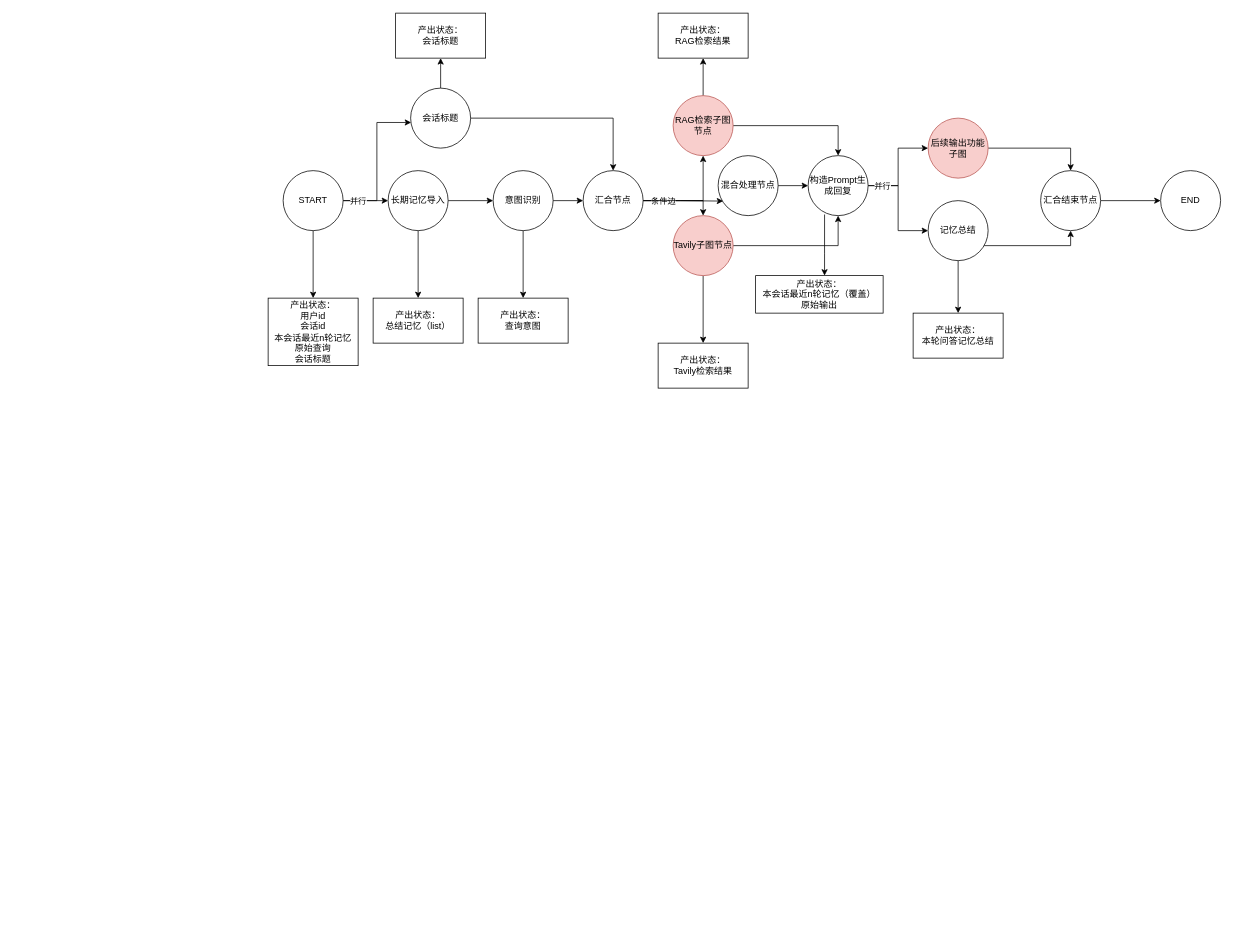
Before: backend/work_flow/search_process.drawio in JxKim/DeepSearchAgent, a draw.io diagram. Source tidied: cells renumbered, new cells numbered last; positions are measured from the earlier drawing's top-left corner, leaving out a move shared by most shapes. Both pictures are drawn from the tidied source at 75%, with x=0, y=0 at pixel (268, 13).
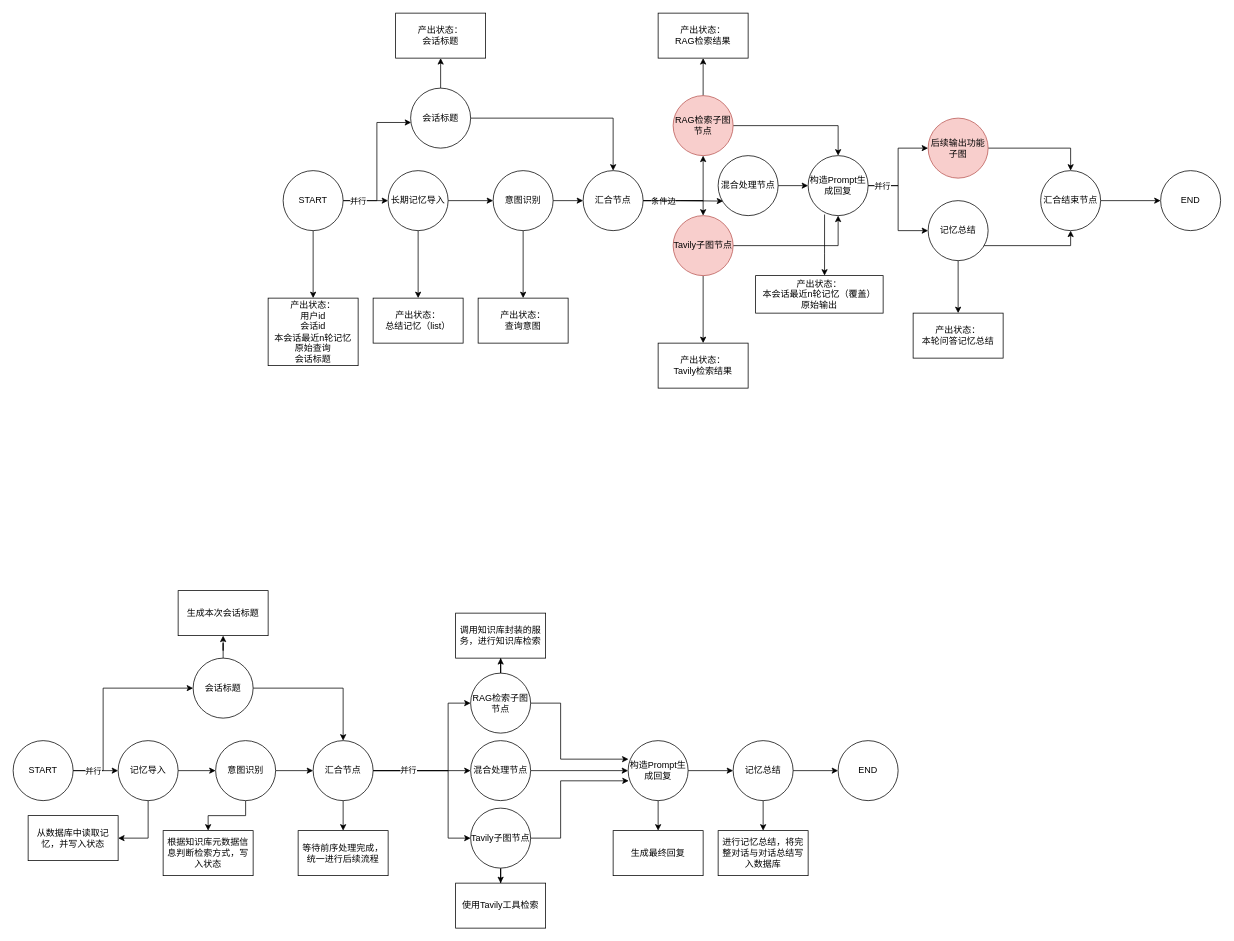
Above is the later version.

The edit, as a diff of the source:
```diff
@@
+    <mxCell id="50" style="edgeStyle=orthogonalEdgeStyle;rounded=0;jettySize=auto;html=1;" parent="1" edge="1" source="53" target="65">
+      <mxGeometry relative="1" as="geometry" />
+    </mxCell>
+    <mxCell id="51" style="edgeStyle=orthogonalEdgeStyle;rounded=0;jettySize=auto;html=1;" parent="1" edge="1" source="53" target="74">
+      <mxGeometry relative="1" as="geometry">
+        <Array as="points">
+          <mxPoint x="-220" y="1010" />
+          <mxPoint x="-220" y="900" />
+        </Array>
+      </mxGeometry>
+    </mxCell>
+    <mxCell id="52" value="并行" style="edgeLabel;html=1;align=center;verticalAlign=middle;" parent="51" vertex="1">
+      <mxGeometry x="-0.81" relative="1" as="geometry" />
+    </mxCell>
+    <mxCell id="53" value="START" style="ellipse;whiteSpace=wrap;html=1;" parent="1" vertex="1">
+      <mxGeometry x="-340" y="970" width="80" height="80" as="geometry" />
+    </mxCell>
+    <mxCell id="54" style="edgeStyle=orthogonalEdgeStyle;rounded=0;jettySize=auto;html=1;" parent="1" edge="1" source="56" target="80">
+      <mxGeometry relative="1" as="geometry" />
+    </mxCell>
+    <mxCell id="55" style="edgeStyle=orthogonalEdgeStyle;rounded=0;jettySize=auto;html=1;" parent="1" edge="1" source="56" target="85">
+      <mxGeometry relative="1" as="geometry" />
+    </mxCell>
+    <mxCell id="56" value="意图识别" style="ellipse;whiteSpace=wrap;html=1;" parent="1" vertex="1">
+      <mxGeometry x="-70" y="970" width="80" height="80" as="geometry" />
+    </mxCell>
+    <mxCell id="57" style="edgeStyle=orthogonalEdgeStyle;rounded=0;jettySize=auto;html=1;entryX=0.01;entryY=0.67;entryDx=0;entryDy=0;entryPerimeter=0;exitX=1;exitY=0.5;exitDx=0;exitDy=0;" parent="1" edge="1" source="59" target="68">
+      <mxGeometry relative="1" as="geometry">
+        <Array as="points">
+          <mxPoint x="390" y="1100" />
+          <mxPoint x="390" y="1024" />
+        </Array>
+      </mxGeometry>
+    </mxCell>
+    <mxCell id="58" style="edgeStyle=orthogonalEdgeStyle;rounded=0;jettySize=auto;html=1;" parent="1" edge="1" source="59" target="89">
+      <mxGeometry relative="1" as="geometry" />
+    </mxCell>
+    <mxCell id="59" value="Tavily子图节点" style="ellipse;whiteSpace=wrap;html=1;" parent="1" vertex="1">
+      <mxGeometry x="270" y="1060" width="80" height="80" as="geometry" />
+    </mxCell>
+    <mxCell id="60" style="edgeStyle=orthogonalEdgeStyle;rounded=0;jettySize=auto;html=1;entryX=0.006;entryY=0.309;entryDx=0;entryDy=0;entryPerimeter=0;" parent="1" edge="1" source="62" target="68">
+      <mxGeometry relative="1" as="geometry">
+        <Array as="points">
+          <mxPoint x="390" y="920" />
+          <mxPoint x="390" y="995" />
+        </Array>
+      </mxGeometry>
+    </mxCell>
+    <mxCell id="61" style="edgeStyle=orthogonalEdgeStyle;rounded=0;jettySize=auto;html=1;" parent="1" edge="1" source="62" target="88">
+      <mxGeometry relative="1" as="geometry" />
+    </mxCell>
+    <mxCell id="62" value="RAG检索子图节点" style="ellipse;whiteSpace=wrap;html=1;" parent="1" vertex="1">
+      <mxGeometry x="270" y="880" width="80" height="80" as="geometry" />
+    </mxCell>
+    <mxCell id="63" style="edgeStyle=orthogonalEdgeStyle;rounded=0;jettySize=auto;html=1;" parent="1" edge="1" source="65" target="56">
+      <mxGeometry relative="1" as="geometry" />
+    </mxCell>
+    <mxCell id="64" style="edgeStyle=orthogonalEdgeStyle;rounded=0;jettySize=auto;html=1;entryX=1;entryY=0.5;entryDx=0;entryDy=0;" parent="1" edge="1" source="65" target="84">
+      <mxGeometry relative="1" as="geometry" />
+    </mxCell>
+    <mxCell id="65" value="记忆导入" style="ellipse;whiteSpace=wrap;html=1;" parent="1" vertex="1">
+      <mxGeometry x="-200" y="970" width="80" height="80" as="geometry" />
+    </mxCell>
+    <mxCell id="66" style="edgeStyle=orthogonalEdgeStyle;rounded=0;jettySize=auto;html=1;" parent="1" edge="1" source="68" target="71">
+      <mxGeometry relative="1" as="geometry" />
+    </mxCell>
+    <mxCell id="67" style="edgeStyle=orthogonalEdgeStyle;rounded=0;jettySize=auto;html=1;" parent="1" edge="1" source="68" target="90">
+      <mxGeometry relative="1" as="geometry" />
+    </mxCell>
+    <mxCell id="68" value="构造Prompt生成回复" style="ellipse;whiteSpace=wrap;html=1;" parent="1" vertex="1">
+      <mxGeometry x="480" y="970" width="80" height="80" as="geometry" />
+    </mxCell>
+    <mxCell id="69" style="edgeStyle=orthogonalEdgeStyle;rounded=0;jettySize=auto;html=1;" parent="1" edge="1" source="71" target="83">
+      <mxGeometry relative="1" as="geometry" />
+    </mxCell>
+    <mxCell id="70" style="edgeStyle=orthogonalEdgeStyle;rounded=0;jettySize=auto;html=1;" parent="1" edge="1" source="71" target="91">
+      <mxGeometry relative="1" as="geometry" />
+    </mxCell>
+    <mxCell id="71" value="记忆总结" style="ellipse;whiteSpace=wrap;html=1;" parent="1" vertex="1">
+      <mxGeometry x="620" y="970" width="80" height="80" as="geometry" />
+    </mxCell>
+    <mxCell id="72" style="edgeStyle=orthogonalEdgeStyle;rounded=0;jettySize=auto;html=1;entryX=0.5;entryY=0;entryDx=0;entryDy=0;" parent="1" edge="1" source="74" target="80">
+      <mxGeometry relative="1" as="geometry" />
+    </mxCell>
+    <mxCell id="73" style="edgeStyle=orthogonalEdgeStyle;rounded=0;jettySize=auto;html=1;" parent="1" edge="1" source="74" target="86">
+      <mxGeometry relative="1" as="geometry" />
+    </mxCell>
+    <mxCell id="74" value="会话标题" style="ellipse;whiteSpace=wrap;html=1;" parent="1" vertex="1">
+      <mxGeometry x="-100" y="860" width="80" height="80" as="geometry" />
+    </mxCell>
+    <mxCell id="75" style="edgeStyle=orthogonalEdgeStyle;rounded=0;jettySize=auto;html=1;entryX=0;entryY=0.5;entryDx=0;entryDy=0;" parent="1" edge="1" source="80" target="82">
+      <mxGeometry relative="1" as="geometry" />
+    </mxCell>
+    <mxCell id="76" style="edgeStyle=orthogonalEdgeStyle;rounded=0;jettySize=auto;html=1;" parent="1" edge="1" source="80">
+      <mxGeometry relative="1" as="geometry">
+        <mxPoint x="270" y="920" as="targetPoint" />
+        <Array as="points">
+          <mxPoint x="240" y="1010" />
+          <mxPoint x="240" y="920" />
+        </Array>
+      </mxGeometry>
+    </mxCell>
+    <mxCell id="77" style="edgeStyle=orthogonalEdgeStyle;rounded=0;jettySize=auto;html=1;entryX=0;entryY=0.5;entryDx=0;entryDy=0;" parent="1" edge="1" source="80" target="59">
+      <mxGeometry relative="1" as="geometry">
+        <Array as="points">
+          <mxPoint x="240" y="1010" />
+          <mxPoint x="240" y="1100" />
+        </Array>
+      </mxGeometry>
+    </mxCell>
+    <mxCell id="78" value="并行" style="edgeLabel;html=1;align=center;verticalAlign=middle;" parent="77" vertex="1">
+      <mxGeometry x="-0.58" y="1" relative="1" as="geometry" />
+    </mxCell>
+    <mxCell id="79" style="edgeStyle=orthogonalEdgeStyle;rounded=0;jettySize=auto;html=1;" parent="1" edge="1" source="80" target="87">
+      <mxGeometry relative="1" as="geometry" />
+    </mxCell>
+    <mxCell id="80" value="汇合节点" style="ellipse;whiteSpace=wrap;html=1;" parent="1" vertex="1">
+      <mxGeometry x="60" y="970" width="80" height="80" as="geometry" />
+    </mxCell>
+    <mxCell id="81" style="edgeStyle=orthogonalEdgeStyle;rounded=0;jettySize=auto;html=1;" parent="1" edge="1" source="82" target="68">
+      <mxGeometry relative="1" as="geometry" />
+    </mxCell>
+    <mxCell id="82" value="混合处理节点" style="ellipse;whiteSpace=wrap;html=1;" parent="1" vertex="1">
+      <mxGeometry x="270" y="970" width="80" height="80" as="geometry" />
+    </mxCell>
+    <mxCell id="83" value="END" style="ellipse;whiteSpace=wrap;html=1;" parent="1" vertex="1">
+      <mxGeometry x="760" y="970" width="80" height="80" as="geometry" />
+    </mxCell>
+    <mxCell id="84" value="从数据库中读取记忆，并写入状态" style="whiteSpace=wrap;html=1;" parent="1" vertex="1">
+      <mxGeometry x="-320" y="1070" width="120" height="60" as="geometry" />
+    </mxCell>
+    <mxCell id="85" value="根据知识库元数据信息判断检索方式，写入状态" style="whiteSpace=wrap;html=1;" parent="1" vertex="1">
+      <mxGeometry x="-140" y="1090" width="120" height="60" as="geometry" />
+    </mxCell>
+    <mxCell id="86" value="生成本次会话标题" style="whiteSpace=wrap;html=1;" parent="1" vertex="1">
+      <mxGeometry x="-120" y="770" width="120" height="60" as="geometry" />
+    </mxCell>
+    <mxCell id="87" value="等待前序处理完成，统一进行后续流程" style="whiteSpace=wrap;html=1;" parent="1" vertex="1">
+      <mxGeometry x="40" y="1090" width="120" height="60" as="geometry" />
+    </mxCell>
+    <mxCell id="88" value="调用知识库封装的服务，进行知识库检索" style="whiteSpace=wrap;html=1;" parent="1" vertex="1">
+      <mxGeometry x="250" y="800" width="120" height="60" as="geometry" />
+    </mxCell>
+    <mxCell id="89" value="使用Tavily工具检索" style="whiteSpace=wrap;html=1;" parent="1" vertex="1">
+      <mxGeometry x="250" y="1160" width="120" height="60" as="geometry" />
+    </mxCell>
+    <mxCell id="90" value="生成最终回复" style="whiteSpace=wrap;html=1;" parent="1" vertex="1">
+      <mxGeometry x="460" y="1090" width="120" height="60" as="geometry" />
+    </mxCell>
+    <mxCell id="91" value="进行记忆总结，将完整对话与对话总结写入数据库" style="whiteSpace=wrap;html=1;" parent="1" vertex="1">
+      <mxGeometry x="600" y="1090" width="120" height="60" as="geometry" />
+    </mxCell>
```
